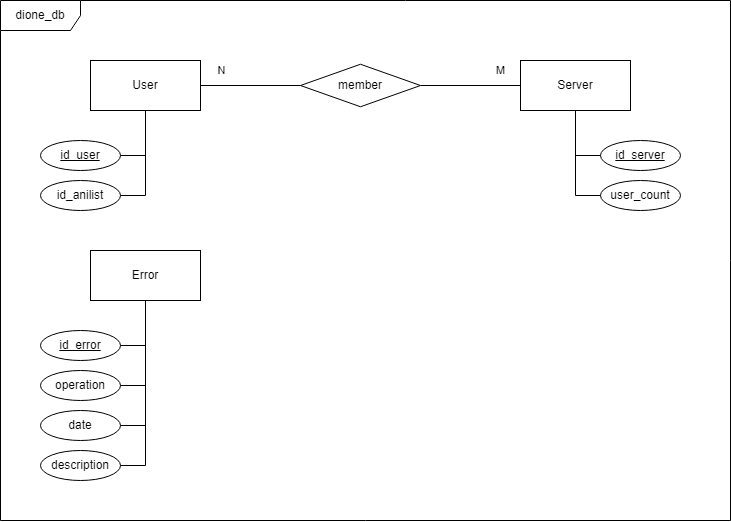
This is der_dione_db.png from degetmateo/dione-db, a draw.io export, as it was before one commit. Source tidied: cells renumbered, new cells last; positions are measured from the earlier drawing's top-left corner, leaving out a move shared by most shapes. The source it was exported from:
```xml
<mxGraphModel>
  <root>
    <mxCell id="0" />
    <mxCell id="1" parent="0" />
    <mxCell id="2" value="User" style="html=1;whiteSpace=wrap;" parent="1" vertex="1">
      <mxGeometry x="90" y="60" width="110" height="50" as="geometry" />
    </mxCell>
    <mxCell id="3" value="Server" style="html=1;whiteSpace=wrap;" parent="1" vertex="1">
      <mxGeometry x="520" y="60" width="110" height="50" as="geometry" />
    </mxCell>
    <mxCell id="4" value="&lt;u&gt;id_user&lt;/u&gt;" style="ellipse;html=1;whiteSpace=wrap;" parent="1" vertex="1">
      <mxGeometry x="40" y="140" width="80" height="30" as="geometry" />
    </mxCell>
    <mxCell id="5" value="id_anilist" style="ellipse;html=1;whiteSpace=wrap;" parent="1" vertex="1">
      <mxGeometry x="40" y="180" width="80" height="30" as="geometry" />
    </mxCell>
    <mxCell id="6" value="&lt;u&gt;id_server&lt;/u&gt;" style="ellipse;html=1;whiteSpace=wrap;" parent="1" vertex="1">
      <mxGeometry x="600" y="140" width="80" height="30" as="geometry" />
    </mxCell>
    <mxCell id="7" value="user_count" style="ellipse;html=1;whiteSpace=wrap;" parent="1" vertex="1">
      <mxGeometry x="600" y="180" width="80" height="30" as="geometry" />
    </mxCell>
    <mxCell id="8" style="endArrow=none;html=1;rounded=0;entryX=0.5;entryY=1;entryDx=0;entryDy=0;exitX=1;exitY=0.5;exitDx=0;exitDy=0;" parent="1" edge="1" source="4" target="2">
      <mxGeometry relative="1" as="geometry">
        <Array as="points">
          <mxPoint x="145" y="155" />
        </Array>
      </mxGeometry>
    </mxCell>
    <mxCell id="9" style="endArrow=none;html=1;rounded=0;entryX=0.5;entryY=1;entryDx=0;entryDy=0;exitX=1;exitY=0.5;exitDx=0;exitDy=0;" parent="1" edge="1" source="5" target="2">
      <mxGeometry relative="1" as="geometry">
        <Array as="points">
          <mxPoint x="145" y="195" />
        </Array>
      </mxGeometry>
    </mxCell>
    <mxCell id="10" style="endArrow=none;html=1;rounded=0;exitX=1;exitY=0.5;exitDx=0;exitDy=0;entryX=0;entryY=0.5;entryDx=0;entryDy=0;" parent="1" edge="1" source="2" target="12">
      <mxGeometry relative="1" as="geometry" />
    </mxCell>
    <mxCell id="11" value="N" style="edgeLabel;html=1;align=center;verticalAlign=middle;" parent="10" vertex="1">
      <mxGeometry x="-0.84" relative="1" as="geometry">
        <mxPoint x="12" y="-15" as="offset" />
      </mxGeometry>
    </mxCell>
    <mxCell id="12" value="member" style="rhombus;whiteSpace=wrap;html=1;" parent="1" vertex="1">
      <mxGeometry x="300" y="63.8" width="120" height="42.5" as="geometry" />
    </mxCell>
    <mxCell id="13" style="endArrow=none;html=1;rounded=0;entryX=1;entryY=0.5;entryDx=0;entryDy=0;exitX=0;exitY=0.5;exitDx=0;exitDy=0;" parent="1" edge="1" source="3" target="12">
      <mxGeometry relative="1" as="geometry" />
    </mxCell>
    <mxCell id="14" value="M" style="edgeLabel;html=1;align=center;verticalAlign=middle;" parent="13" vertex="1">
      <mxGeometry x="-0.8" relative="1" as="geometry">
        <mxPoint x="-10" y="-15" as="offset" />
      </mxGeometry>
    </mxCell>
    <mxCell id="15" style="endArrow=none;html=1;rounded=0;entryX=0.5;entryY=1;entryDx=0;entryDy=0;exitX=0;exitY=0.5;exitDx=0;exitDy=0;" parent="1" edge="1" source="6" target="3">
      <mxGeometry relative="1" as="geometry">
        <Array as="points">
          <mxPoint x="575" y="155" />
        </Array>
      </mxGeometry>
    </mxCell>
    <mxCell id="16" style="endArrow=none;html=1;rounded=0;entryX=0.5;entryY=1;entryDx=0;entryDy=0;exitX=0;exitY=0.5;exitDx=0;exitDy=0;" parent="1" edge="1" source="7" target="3">
      <mxGeometry relative="1" as="geometry">
        <Array as="points">
          <mxPoint x="575" y="195" />
        </Array>
      </mxGeometry>
    </mxCell>
    <mxCell id="17" value="Error" style="html=1;whiteSpace=wrap;" parent="1" vertex="1">
      <mxGeometry x="90" y="250" width="110" height="50" as="geometry" />
    </mxCell>
    <mxCell id="18" value="&lt;u&gt;id_error&lt;/u&gt;" style="ellipse;html=1;whiteSpace=wrap;" parent="1" vertex="1">
      <mxGeometry x="40" y="330" width="80" height="30" as="geometry" />
    </mxCell>
    <mxCell id="19" value="operation" style="ellipse;html=1;whiteSpace=wrap;" parent="1" vertex="1">
      <mxGeometry x="40" y="370" width="80" height="30" as="geometry" />
    </mxCell>
    <mxCell id="20" value="date" style="ellipse;html=1;whiteSpace=wrap;" parent="1" vertex="1">
      <mxGeometry x="40" y="410" width="80" height="30" as="geometry" />
    </mxCell>
    <mxCell id="21" value="description" style="ellipse;html=1;whiteSpace=wrap;" parent="1" vertex="1">
      <mxGeometry x="40" y="450" width="80" height="30" as="geometry" />
    </mxCell>
    <mxCell id="22" style="endArrow=none;html=1;rounded=0;entryX=0.5;entryY=1;entryDx=0;entryDy=0;exitX=1;exitY=0.5;exitDx=0;exitDy=0;" parent="1" edge="1" source="18" target="17">
      <mxGeometry relative="1" as="geometry">
        <Array as="points">
          <mxPoint x="145" y="345" />
        </Array>
      </mxGeometry>
    </mxCell>
    <mxCell id="23" style="endArrow=none;html=1;rounded=0;entryX=0.5;entryY=1;entryDx=0;entryDy=0;exitX=1;exitY=0.5;exitDx=0;exitDy=0;" parent="1" edge="1" source="19" target="17">
      <mxGeometry relative="1" as="geometry">
        <Array as="points">
          <mxPoint x="145" y="385" />
        </Array>
      </mxGeometry>
    </mxCell>
    <mxCell id="24" style="endArrow=none;html=1;rounded=0;entryX=0.5;entryY=1;entryDx=0;entryDy=0;exitX=1;exitY=0.5;exitDx=0;exitDy=0;" parent="1" edge="1" source="20" target="17">
      <mxGeometry relative="1" as="geometry">
        <Array as="points">
          <mxPoint x="145" y="425" />
        </Array>
      </mxGeometry>
    </mxCell>
    <mxCell id="25" style="endArrow=none;html=1;rounded=0;entryX=0.5;entryY=1;entryDx=0;entryDy=0;exitX=1;exitY=0.5;exitDx=0;exitDy=0;" parent="1" edge="1" source="21" target="17">
      <mxGeometry relative="1" as="geometry">
        <Array as="points">
          <mxPoint x="145" y="465" />
        </Array>
      </mxGeometry>
    </mxCell>
    <mxCell id="26" value="dione_db" style="shape=umlFrame;whiteSpace=wrap;html=1;width=80;height=30;" parent="1" vertex="1">
      <mxGeometry width="730" height="520" as="geometry" />
    </mxCell>
  </root>
</mxGraphModel>
```
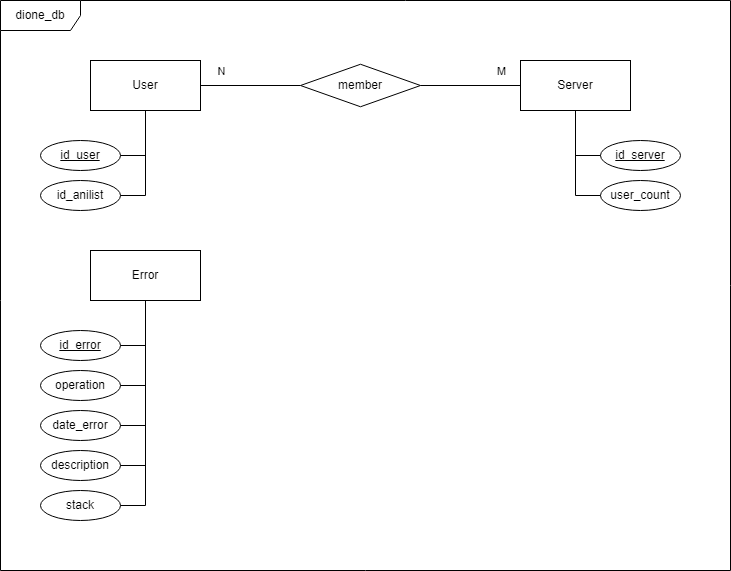
After the commit.

Commit message:
error stack, der

The edit, as a diff of the source:
```diff
@@ -76,7 +76,7 @@
     <mxCell id="19" value="operation" style="ellipse;html=1;whiteSpace=wrap;" parent="1" vertex="1">
       <mxGeometry x="40" y="370" width="80" height="30" as="geometry" />
     </mxCell>
-    <mxCell id="20" value="date" style="ellipse;html=1;whiteSpace=wrap;" parent="1" vertex="1">
+    <mxCell id="20" value="date_error" style="ellipse;html=1;whiteSpace=wrap;" parent="1" vertex="1">
       <mxGeometry x="40" y="410" width="80" height="30" as="geometry" />
     </mxCell>
     <mxCell id="21" value="description" style="ellipse;html=1;whiteSpace=wrap;" parent="1" vertex="1">
@@ -111,7 +111,17 @@
       </mxGeometry>
     </mxCell>
     <mxCell id="26" value="dione_db" style="shape=umlFrame;whiteSpace=wrap;html=1;width=80;height=30;" parent="1" vertex="1">
-      <mxGeometry width="730" height="520" as="geometry" />
+      <mxGeometry width="730" height="570" as="geometry" />
     </mxCell>
+    <mxCell id="27" value="stack" style="ellipse;html=1;whiteSpace=wrap;" parent="1" vertex="1">
+      <mxGeometry x="40" y="490" width="80" height="30" as="geometry" />
+    </mxCell>
+    <mxCell id="28" style="endArrow=none;html=1;rounded=0;exitX=0.5;exitY=1;exitDx=0;exitDy=0;entryX=1;entryY=0.5;entryDx=0;entryDy=0;" parent="1" edge="1" source="17" target="27">
+      <mxGeometry relative="1" as="geometry">
+        <Array as="points">
+          <mxPoint x="145" y="505" />
+        </Array>
+      </mxGeometry>
+    </mxCell>
   </root>
 </mxGraphModel>
```
